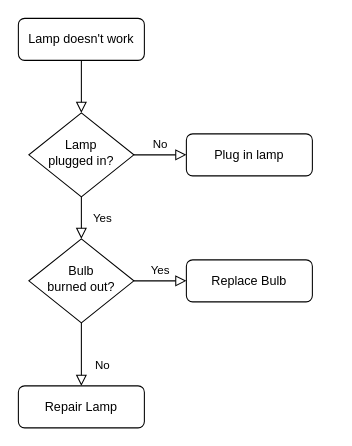
Earlier version of the draw.io diagram Untitled Diagram.drawio (TFboy1/-chatglm-). Source tidied: cells renumbered, new cells numbered last; positions are measured from the earlier drawing's top-left corner, leaving out a move shared by most shapes. Both pictures are drawn from the tidied source at 105%, with x=0, y=0 at pixel (18, 18).
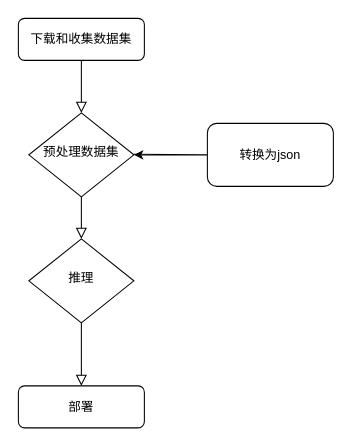
The same page after the edit.

Change to the diagram source:
```diff
@@
 <mxGraphModel>
   <root>
     <mxCell id="0" />
     <mxCell id="1" parent="0" />
     <mxCell id="2" style="rounded=0;html=1;jettySize=auto;fontSize=11;endArrow=block;endFill=0;endSize=8;strokeWidth=1;shadow=0;labelBackgroundColor=none;edgeStyle=orthogonalEdgeStyle;" parent="1" edge="1" source="3" target="6">
       <mxGeometry relative="1" as="geometry" />
     </mxCell>
-    <mxCell id="3" value="Lamp doesn't work" style="rounded=1;whiteSpace=wrap;html=1;fontSize=12;glass=0;strokeWidth=1;shadow=0;" parent="1" vertex="1">
+    <mxCell id="3" value="下载和收集数据集" style="rounded=1;whiteSpace=wrap;html=1;fontSize=12;glass=0;strokeWidth=1;shadow=0;" parent="1" vertex="1">
       <mxGeometry width="120" height="40" as="geometry" />
     </mxCell>
-    <mxCell id="4" value="Yes" style="rounded=0;html=1;jettySize=auto;fontSize=11;endArrow=block;endFill=0;endSize=8;strokeWidth=1;shadow=0;labelBackgroundColor=none;edgeStyle=orthogonalEdgeStyle;" parent="1" edge="1" source="6" target="10">
+    <mxCell id="4" style="rounded=0;html=1;jettySize=auto;fontSize=11;endArrow=block;endFill=0;endSize=8;strokeWidth=1;shadow=0;labelBackgroundColor=none;edgeStyle=orthogonalEdgeStyle;" parent="1" edge="1" source="6" target="10">
       <mxGeometry y="20" relative="1" as="geometry" />
     </mxCell>
-    <mxCell id="5" value="No" style="edgeStyle=orthogonalEdgeStyle;rounded=0;html=1;jettySize=auto;fontSize=11;endArrow=block;endFill=0;endSize=8;strokeWidth=1;shadow=0;labelBackgroundColor=none;" parent="1" edge="1" source="6" target="7">
-      <mxGeometry y="10" relative="1" as="geometry" />
-    </mxCell>
-    <mxCell id="6" value="Lamp&lt;br&gt;plugged in?" style="rhombus;whiteSpace=wrap;html=1;shadow=0;fontFamily=Helvetica;fontSize=12;align=center;strokeWidth=1;spacing=6;spacingTop=-4;" parent="1" vertex="1">
+    <mxCell id="6" value="预处理数据集" style="rhombus;whiteSpace=wrap;html=1;shadow=0;fontFamily=Helvetica;fontSize=12;align=center;strokeWidth=1;spacing=6;spacingTop=-4;" parent="1" vertex="1">
       <mxGeometry x="10" y="90" width="100" height="80" as="geometry" />
     </mxCell>
-    <mxCell id="7" value="Plug in lamp" style="rounded=1;whiteSpace=wrap;html=1;fontSize=12;glass=0;strokeWidth=1;shadow=0;" parent="1" vertex="1">
-      <mxGeometry x="160" y="110" width="120" height="40" as="geometry" />
-    </mxCell>
-    <mxCell id="8" value="No" style="rounded=0;html=1;jettySize=auto;fontSize=11;endArrow=block;endFill=0;endSize=8;strokeWidth=1;shadow=0;labelBackgroundColor=none;edgeStyle=orthogonalEdgeStyle;" parent="1" edge="1" source="10" target="11">
+    <mxCell id="8" style="rounded=0;html=1;jettySize=auto;fontSize=11;endArrow=block;endFill=0;endSize=8;strokeWidth=1;shadow=0;labelBackgroundColor=none;edgeStyle=orthogonalEdgeStyle;" parent="1" edge="1" source="10" target="11">
       <mxGeometry x="0.33" y="20" relative="1" as="geometry" />
     </mxCell>
-    <mxCell id="9" value="Yes" style="edgeStyle=orthogonalEdgeStyle;rounded=0;html=1;jettySize=auto;fontSize=11;endArrow=block;endFill=0;endSize=8;strokeWidth=1;shadow=0;labelBackgroundColor=none;" parent="1" edge="1" source="10" target="12">
-      <mxGeometry y="10" relative="1" as="geometry" />
-    </mxCell>
-    <mxCell id="10" value="Bulb&lt;br&gt;burned out?" style="rhombus;whiteSpace=wrap;html=1;shadow=0;fontFamily=Helvetica;fontSize=12;align=center;strokeWidth=1;spacing=6;spacingTop=-4;" parent="1" vertex="1">
+    <mxCell id="10" value="推理" style="rhombus;whiteSpace=wrap;html=1;shadow=0;fontFamily=Helvetica;fontSize=12;align=center;strokeWidth=1;spacing=6;spacingTop=-4;" parent="1" vertex="1">
       <mxGeometry x="10" y="210" width="100" height="80" as="geometry" />
     </mxCell>
-    <mxCell id="11" value="Repair Lamp" style="rounded=1;whiteSpace=wrap;html=1;fontSize=12;glass=0;strokeWidth=1;shadow=0;" parent="1" vertex="1">
+    <mxCell id="11" value="部署" style="rounded=1;whiteSpace=wrap;html=1;fontSize=12;glass=0;strokeWidth=1;shadow=0;" parent="1" vertex="1">
       <mxGeometry y="350" width="120" height="40" as="geometry" />
     </mxCell>
-    <mxCell id="12" value="Replace Bulb" style="rounded=1;whiteSpace=wrap;html=1;fontSize=12;glass=0;strokeWidth=1;shadow=0;" parent="1" vertex="1">
-      <mxGeometry x="160" y="230" width="120" height="40" as="geometry" />
-    </mxCell>
+    <mxCell id="13" style="endArrow=classic;html=1;rounded=0;entryX=1;entryY=0.5;entryDx=0;entryDy=0;" parent="1" edge="1" target="6">
+      <mxGeometry relative="1" as="geometry">
+        <mxPoint x="110" y="129.5" as="sourcePoint" />
+        <Array as="points">
+          <mxPoint x="180" y="130" />
+        </Array>
+      </mxGeometry>
+    </mxCell>
+    <mxCell id="14" value="转换为json" style="rounded=1;whiteSpace=wrap;html=1;" parent="1" vertex="1">
+      <mxGeometry x="180" y="100" width="120" height="60" as="geometry" />
+    </mxCell>
   </root>
 </mxGraphModel>
```
